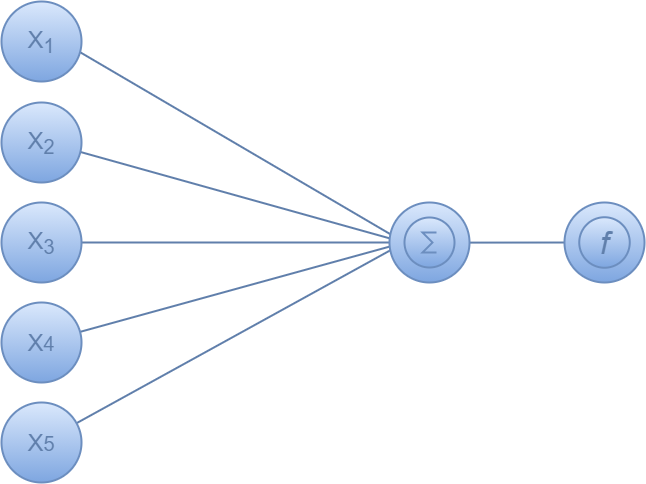
The draw.io diagram images/chart-preview.png in RyanSaxe/blog, before a commit. Source tidied: cells renumbered, new cells last; positions are measured from the earlier drawing's top-left corner, leaving out a move shared by most shapes.
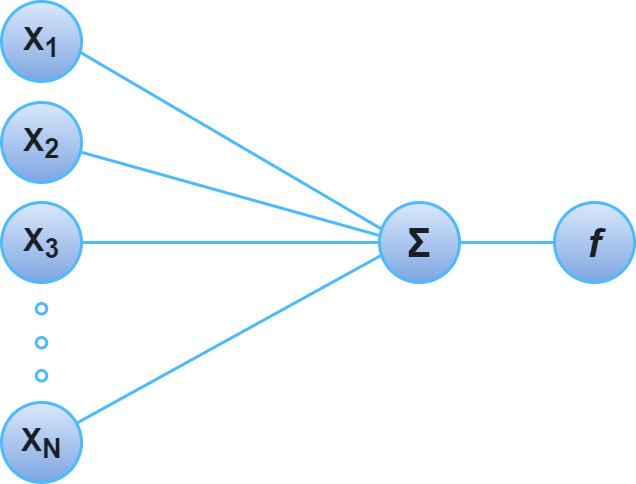
Above is the later version.

What changed in the source:
```diff
@@ -2,59 +2,64 @@
   <root>
     <mxCell id="0" />
     <mxCell id="1" parent="0" />
-    <mxCell id="2" style="endArrow=classic;html=1;strokeWidth=2;exitX=0.482;exitY=0.503;exitDx=0;exitDy=0;exitPerimeter=0;strokeColor=#607FAB;" parent="1" edge="1" source="15" target="17">
-      <mxGeometry relative="1" as="geometry" />
+    <mxCell id="2" style="endArrow=classic;html=1;strokeWidth=3;exitX=0.482;exitY=0.503;exitDx=0;exitDy=0;exitPerimeter=0;strokeColor=#4BBAFF;" parent="1" edge="1">
+      <mxGeometry relative="1" as="geometry">
+        <mxPoint x="417.1" y="241.2" as="sourcePoint" />
+        <mxPoint x="567.8" y="241" as="targetPoint" />
+      </mxGeometry>
     </mxCell>
-    <mxCell id="3" style="endArrow=classic;html=1;strokeWidth=2;strokeColor=#607FAB;entryX=0;entryY=0.5;entryDx=0;entryDy=0;entryPerimeter=0;" parent="1" edge="1" target="15">
+    <mxCell id="3" style="endArrow=classic;html=1;strokeWidth=3;entryX=0;entryY=0.5;entryDx=0;entryDy=0;entryPerimeter=0;strokeColor=#4BBAFF;" parent="1" edge="1">
       <mxGeometry relative="1" as="geometry">
         <mxPoint x="45" y="241" as="sourcePoint" />
+        <mxPoint x="403" y="241" as="targetPoint" />
       </mxGeometry>
     </mxCell>
-    <mxCell id="4" style="endArrow=classic;html=1;strokeWidth=2;strokeColor=#607FAB;entryX=0;entryY=0.5;entryDx=0;entryDy=0;entryPerimeter=0;" parent="1" edge="1" source="8" target="15">
-      <mxGeometry relative="1" as="geometry" />
+    <mxCell id="4" style="endArrow=classic;html=1;strokeWidth=3;entryX=0;entryY=0.5;entryDx=0;entryDy=0;entryPerimeter=0;strokeColor=#4bbaff;" parent="1" edge="1" source="8">
+      <mxGeometry relative="1" as="geometry">
+        <mxPoint x="403" y="241" as="targetPoint" />
+      </mxGeometry>
     </mxCell>
-    <mxCell id="5" style="endArrow=classic;html=1;strokeWidth=2;strokeColor=#607FAB;entryX=0;entryY=0.5;entryDx=0;entryDy=0;entryPerimeter=0;" parent="1" edge="1" source="13" target="15">
-      <mxGeometry relative="1" as="geometry" />
-    </mxCell>
-    <mxCell id="6" style="endArrow=classic;html=1;strokeWidth=2;strokeColor=#607FAB;entryX=0;entryY=0.5;entryDx=0;entryDy=0;entryPerimeter=0;" parent="1" edge="1" target="15">
+    <mxCell id="6" style="endArrow=classic;html=1;strokeWidth=3;entryX=0;entryY=0.5;entryDx=0;entryDy=0;entryPerimeter=0;strokeColor=#4BBAFF;" parent="1" edge="1">
       <mxGeometry relative="1" as="geometry">
         <mxPoint x="45" y="31" as="sourcePoint" />
+        <mxPoint x="403" y="241" as="targetPoint" />
       </mxGeometry>
     </mxCell>
-    <mxCell id="7" style="endArrow=classic;html=1;strokeWidth=2;strokeColor=#607FAB;entryX=0;entryY=0.5;entryDx=0;entryDy=0;entryPerimeter=0;" parent="1" edge="1" target="15">
+    <mxCell id="7" style="endArrow=classic;html=1;strokeWidth=3;entryX=0;entryY=0.5;entryDx=0;entryDy=0;entryPerimeter=0;strokeColor=#4BBAFF;" parent="1" edge="1">
       <mxGeometry relative="1" as="geometry">
         <mxPoint x="45" y="141" as="sourcePoint" />
+        <mxPoint x="403" y="241" as="targetPoint" />
       </mxGeometry>
     </mxCell>
-    <mxCell id="8" value="&lt;font color=&quot;#607fab&quot;&gt;&lt;span style=&quot;font-size: 24px&quot;&gt;X&lt;/span&gt;&lt;span style=&quot;font-size: 20px&quot;&gt;5&lt;/span&gt;&lt;/font&gt;" style="ellipse;whiteSpace=wrap;html=1;fillColor=#dae8fc;strokeColor=#6c8ebf;gradientColor=#7ea6e0;strokeWidth=2;" parent="1" vertex="1">
+    <mxCell id="8" value="&lt;b style=&quot;font-size: 32px&quot;&gt;&lt;font color=&quot;#1b1f23&quot; style=&quot;font-size: 32px&quot;&gt;X&lt;sub&gt;N&lt;/sub&gt;&lt;/font&gt;&lt;/b&gt;" style="ellipse;whiteSpace=wrap;html=1;fillColor=#dae8fc;gradientColor=#7ea6e0;strokeWidth=3;strokeColor=#4BBAFF;" parent="1" vertex="1">
       <mxGeometry y="401" width="80" height="80" as="geometry" />
     </mxCell>
-    <mxCell id="9" value="&lt;span style=&quot;font-size: 24px&quot;&gt;&lt;font color=&quot;#607fab&quot;&gt;X&lt;sub&gt;3&lt;/sub&gt;&lt;/font&gt;&lt;/span&gt;" style="ellipse;whiteSpace=wrap;html=1;fillColor=#dae8fc;strokeColor=#6c8ebf;gradientColor=#7ea6e0;strokeWidth=2;" parent="1" vertex="1">
+    <mxCell id="9" value="&lt;span style=&quot;font-size: 24px&quot;&gt;&lt;b style=&quot;font-size: 32px&quot;&gt;&lt;font color=&quot;#1b1f23&quot; style=&quot;font-size: 32px&quot;&gt;X&lt;sub&gt;3&lt;/sub&gt;&lt;/font&gt;&lt;/b&gt;&lt;/span&gt;" style="ellipse;whiteSpace=wrap;html=1;fillColor=#dae8fc;gradientColor=#7ea6e0;strokeWidth=3;strokeColor=#4BBAFF;" parent="1" vertex="1">
       <mxGeometry y="201" width="80" height="80" as="geometry" />
     </mxCell>
-    <mxCell id="10" value="&lt;font color=&quot;#607fab&quot;&gt;&lt;span style=&quot;font-size: 24px&quot;&gt;X&lt;/span&gt;&lt;span style=&quot;font-size: 24px&quot;&gt;&lt;sub&gt;2&lt;/sub&gt;&lt;/span&gt;&lt;/font&gt;" style="ellipse;whiteSpace=wrap;html=1;fillColor=#dae8fc;strokeColor=#6c8ebf;gradientColor=#7ea6e0;strokeWidth=2;" parent="1" vertex="1">
+    <mxCell id="10" value="&lt;b style=&quot;font-size: 32px&quot;&gt;&lt;font color=&quot;#1b1f23&quot; style=&quot;font-size: 32px&quot;&gt;&lt;span&gt;X&lt;/span&gt;&lt;span&gt;&lt;sub&gt;2&lt;/sub&gt;&lt;/span&gt;&lt;/font&gt;&lt;/b&gt;" style="ellipse;whiteSpace=wrap;html=1;fillColor=#dae8fc;gradientColor=#7ea6e0;strokeWidth=3;strokeColor=#4BBAFF;" parent="1" vertex="1">
       <mxGeometry y="101" width="80" height="80" as="geometry" />
     </mxCell>
-    <mxCell id="11" value="&lt;font style=&quot;font-size: 24px&quot; color=&quot;#607fab&quot;&gt;X&lt;sub&gt;1&lt;/sub&gt;&lt;/font&gt;" style="ellipse;whiteSpace=wrap;html=1;fillColor=#dae8fc;strokeColor=#6c8ebf;gradientColor=#7ea6e0;strokeWidth=2;" parent="1" vertex="1">
+    <mxCell id="11" value="&lt;font style=&quot;font-size: 32px&quot; color=&quot;#1b1f23&quot;&gt;&lt;b&gt;X&lt;sub&gt;1&lt;/sub&gt;&lt;/b&gt;&lt;/font&gt;" style="ellipse;whiteSpace=wrap;html=1;fillColor=#dae8fc;gradientColor=#7ea6e0;strokeWidth=3;strokeColor=#4BBAFF;" parent="1" vertex="1">
       <mxGeometry width="80" height="80" as="geometry" />
     </mxCell>
     <mxCell id="12" style="edgeStyle=orthogonalEdgeStyle;rounded=0;orthogonalLoop=1;jettySize=auto;html=1;exitX=0.5;exitY=1;exitDx=0;exitDy=0;" parent="1" edge="1" source="10" target="10">
       <mxGeometry relative="1" as="geometry" />
     </mxCell>
-    <mxCell id="13" value="&lt;font color=&quot;#607fab&quot;&gt;&lt;span style=&quot;font-size: 24px&quot;&gt;X&lt;/span&gt;&lt;span style=&quot;font-size: 20px&quot;&gt;4&lt;/span&gt;&lt;/font&gt;" style="ellipse;whiteSpace=wrap;html=1;fillColor=#dae8fc;strokeColor=#6c8ebf;gradientColor=#7ea6e0;strokeWidth=2;" parent="1" vertex="1">
-      <mxGeometry y="301" width="80" height="80" as="geometry" />
-    </mxCell>
-    <mxCell id="14" style="ellipse;whiteSpace=wrap;html=1;fillColor=#dae8fc;strokeColor=#6c8ebf;gradientColor=#7ea6e0;strokeWidth=2;" parent="1" vertex="1">
-      <mxGeometry x="388" y="201" width="80" height="80" as="geometry" />
+    <mxCell id="14" value="&lt;b style=&quot;font-size: 40px&quot;&gt;&lt;font color=&quot;#1b1f23&quot; style=&quot;font-size: 40px&quot;&gt;&lt;span style=&quot;font-family: &amp;#34;roboto&amp;#34; , &amp;#34;arial&amp;#34; , sans-serif ; text-align: left&quot;&gt;&lt;font style=&quot;font-size: 40px&quot;&gt;Σ&lt;/font&gt;&lt;/span&gt;&lt;/font&gt;&lt;/b&gt;" style="ellipse;whiteSpace=wrap;html=1;fillColor=#dae8fc;gradientColor=#7ea6e0;strokeWidth=3;strokeColor=#4BBAFF;" parent="1" vertex="1">
+      <mxGeometry x="378" y="201" width="80" height="80" as="geometry" />
     </mxCell>
-    <mxCell id="15" style="verticalLabelPosition=bottom;shadow=0;dashed=0;align=center;html=1;verticalAlign=top;shape=mxgraph.electrical.abstract.sum;gradientColor=#7ea6e0;fillColor=#dae8fc;strokeColor=#6c8ebf;fontStyle=0;strokeWidth=2;" parent="1" vertex="1">
-      <mxGeometry x="403" y="216" width="50" height="50" as="geometry" />
-    </mxCell>
-    <mxCell id="16" style="ellipse;whiteSpace=wrap;html=1;fillColor=#dae8fc;strokeColor=#6c8ebf;gradientColor=#7ea6e0;strokeWidth=2;" parent="1" vertex="1">
-      <mxGeometry x="563" y="201" width="80" height="80" as="geometry" />
+    <mxCell id="16" value="&lt;font color=&quot;#1b1f23&quot; size=&quot;1&quot;&gt;&lt;i&gt;&lt;b style=&quot;font-size: 40px&quot;&gt;f&lt;/b&gt;&lt;/i&gt;&lt;/font&gt;" style="ellipse;whiteSpace=wrap;html=1;fillColor=#dae8fc;gradientColor=#7ea6e0;strokeWidth=3;strokeColor=#4BBAFF;" parent="1" vertex="1">
+      <mxGeometry x="553" y="201" width="80" height="80" as="geometry" />
     </mxCell>
-    <mxCell id="17" value="&lt;p&gt;&lt;font color=&quot;#607fab&quot; size=&quot;1&quot;&gt;&lt;i style=&quot;font-size: 32px&quot;&gt;f&lt;/i&gt;&lt;/font&gt;&lt;/p&gt;" style="ellipse;whiteSpace=wrap;html=1;gradientColor=#7ea6e0;fillColor=#dae8fc;strokeColor=#6c8ebf;strokeWidth=2;" parent="1" vertex="1">
-      <mxGeometry x="577.8" y="215.8" width="50.5" height="50.5" as="geometry" />
-    </mxCell>
+    <mxCell id="18" style="ellipse;whiteSpace=wrap;html=1;strokeColor=#4BBAFF;strokeWidth=3;fillColor=none;gradientColor=none;" parent="1" vertex="1">
+      <mxGeometry x="34.8" y="302" width="10.5" height="10.5" as="geometry" />
+    </mxCell>
+    <mxCell id="19" style="ellipse;whiteSpace=wrap;html=1;strokeColor=#4BBAFF;strokeWidth=3;fillColor=none;gradientColor=none;" parent="1" vertex="1">
+      <mxGeometry x="34.8" y="336" width="10.5" height="10.5" as="geometry" />
+    </mxCell>
+    <mxCell id="20" style="ellipse;whiteSpace=wrap;html=1;strokeColor=#4BBAFF;strokeWidth=3;fillColor=none;gradientColor=none;" parent="1" vertex="1">
+      <mxGeometry x="34.8" y="369" width="10.5" height="10.5" as="geometry" />
+    </mxCell>
   </root>
 </mxGraphModel>
```
